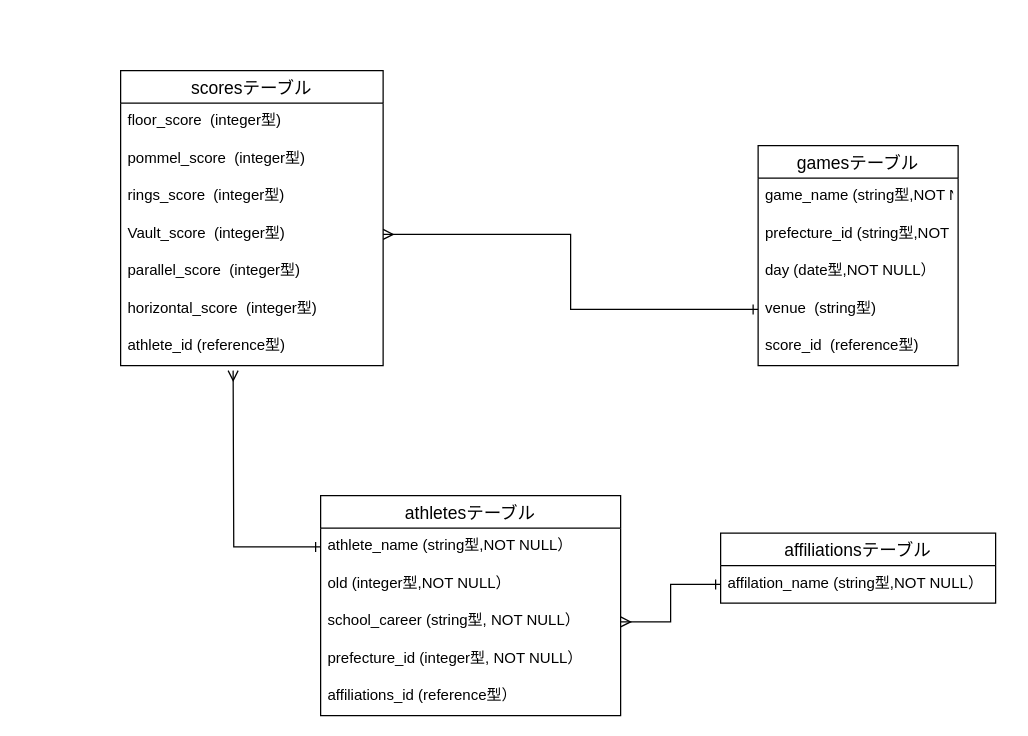
Before: gymnas.dio in kanix2020/gymnas, a draw.io diagram. Source tidied: cells renumbered, new cells numbered last; positions are measured from the earlier drawing's top-left corner, leaving out a move shared by most shapes. Both pictures are drawn from the tidied source at 125%, with x=0, y=0 at pixel (120, 70).
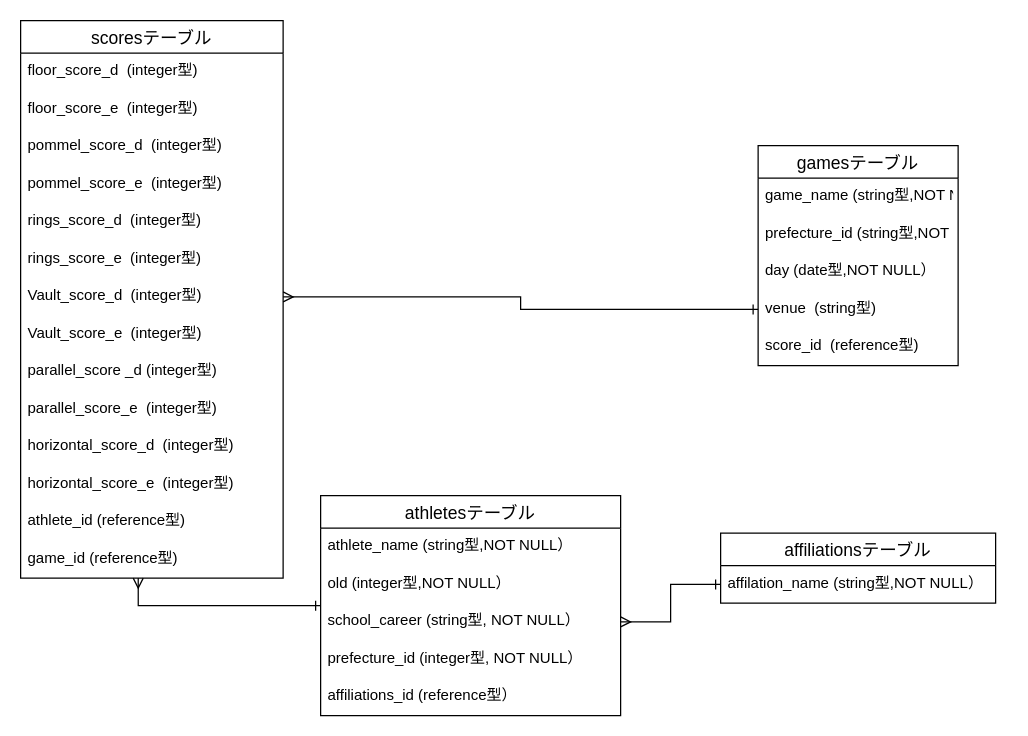
The same diagram, later.

Unchanged cells that the change refers to:
```xml
<mxCell id="10" value="athletesテーブル" style="swimlane;fontStyle=0;horizontal=1;startSize=26;align=center;fontSize=14;" parent="1" vertex="1">
  <mxGeometry x="160" y="340" width="240" height="176" as="geometry" />
</mxCell>
<mxCell id="11" value="athlete_name (string型,NOT NULL）" style="text;strokeColor=none;fillColor=none;spacingLeft=4;spacingRight=4;overflow=hidden;points=[[0,0.5],[1,0.5]];portConstraint=eastwest;fontSize=12;" parent="10" vertex="1">
  <mxGeometry y="26" width="240" height="30" as="geometry" />
</mxCell>
```

The edit, as a diff of the source:
```diff
@@
     <mxCell id="2" value="scoresテーブル" style="swimlane;fontStyle=0;horizontal=1;startSize=26;align=center;fontSize=14;" parent="1" vertex="1">
-      <mxGeometry width="210" height="236" as="geometry" />
+      <mxGeometry x="-80" y="-40" width="210" height="446" as="geometry" />
     </mxCell>
-    <mxCell id="3" value="floor_score  (integer型)" style="text;strokeColor=none;fillColor=none;spacingLeft=4;spacingRight=4;overflow=hidden;fontSize=12;" parent="2" vertex="1">
+    <mxCell id="3" value="floor_score_d  (integer型)" style="text;strokeColor=none;fillColor=none;spacingLeft=4;spacingRight=4;overflow=hidden;fontSize=12;" parent="2" vertex="1">
       <mxGeometry y="26" width="210" height="30" as="geometry" />
     </mxCell>
+    <mxCell id="27" value="floor_score_e  (integer型)" style="text;strokeColor=none;fillColor=none;spacingLeft=4;spacingRight=4;overflow=hidden;fontSize=12;" parent="2" vertex="1">
+      <mxGeometry y="56" width="210" height="30" as="geometry" />
+    </mxCell>
-    <mxCell id="4" value="pommel_score  (integer型)" style="text;strokeColor=none;fillColor=none;spacingLeft=4;spacingRight=4;overflow=hidden;fontSize=12;" parent="2" vertex="1">
-      <mxGeometry y="56" width="210" height="30" as="geometry" />
+    <mxCell id="4" value="pommel_score_d  (integer型)" style="text;strokeColor=none;fillColor=none;spacingLeft=4;spacingRight=4;overflow=hidden;fontSize=12;" parent="2" vertex="1">
+      <mxGeometry y="86" width="210" height="30" as="geometry" />
     </mxCell>
+    <mxCell id="28" value="pommel_score_e  (integer型)" style="text;strokeColor=none;fillColor=none;spacingLeft=4;spacingRight=4;overflow=hidden;fontSize=12;" parent="2" vertex="1">
+      <mxGeometry y="116" width="210" height="30" as="geometry" />
+    </mxCell>
-    <mxCell id="5" value="rings_score  (integer型)" style="text;strokeColor=none;fillColor=none;spacingLeft=4;spacingRight=4;overflow=hidden;fontSize=12;" parent="2" vertex="1">
-      <mxGeometry y="86" width="210" height="30" as="geometry" />
+    <mxCell id="5" value="rings_score_d  (integer型)" style="text;strokeColor=none;fillColor=none;spacingLeft=4;spacingRight=4;overflow=hidden;fontSize=12;" parent="2" vertex="1">
+      <mxGeometry y="146" width="210" height="30" as="geometry" />
     </mxCell>
+    <mxCell id="29" value="rings_score_e  (integer型)" style="text;strokeColor=none;fillColor=none;spacingLeft=4;spacingRight=4;overflow=hidden;fontSize=12;" parent="2" vertex="1">
+      <mxGeometry y="176" width="210" height="30" as="geometry" />
+    </mxCell>
-    <mxCell id="6" value="Vault_score  (integer型)" style="text;strokeColor=none;fillColor=none;spacingLeft=4;spacingRight=4;overflow=hidden;points=[[0,0.5],[1,0.5]];portConstraint=eastwest;fontSize=12;" parent="2" vertex="1">
-      <mxGeometry y="116" width="210" height="30" as="geometry" />
+    <mxCell id="6" value="Vault_score_d  (integer型)" style="text;strokeColor=none;fillColor=none;spacingLeft=4;spacingRight=4;overflow=hidden;points=[[0,0.5],[1,0.5]];portConstraint=eastwest;fontSize=12;" parent="2" vertex="1">
+      <mxGeometry y="206" width="210" height="30" as="geometry" />
     </mxCell>
+    <mxCell id="30" value="Vault_score_e  (integer型)" style="text;strokeColor=none;fillColor=none;spacingLeft=4;spacingRight=4;overflow=hidden;fontSize=12;" parent="2" vertex="1">
+      <mxGeometry y="236" width="210" height="30" as="geometry" />
+    </mxCell>
-    <mxCell id="7" value="parallel_score  (integer型)" style="text;strokeColor=none;fillColor=none;spacingLeft=4;spacingRight=4;overflow=hidden;fontSize=12;" parent="2" vertex="1">
-      <mxGeometry y="146" width="210" height="30" as="geometry" />
+    <mxCell id="7" value="parallel_score _d (integer型)" style="text;strokeColor=none;fillColor=none;spacingLeft=4;spacingRight=4;overflow=hidden;fontSize=12;" parent="2" vertex="1">
+      <mxGeometry y="266" width="210" height="30" as="geometry" />
     </mxCell>
+    <mxCell id="31" value="parallel_score_e  (integer型)" style="text;strokeColor=none;fillColor=none;spacingLeft=4;spacingRight=4;overflow=hidden;fontSize=12;" parent="2" vertex="1">
+      <mxGeometry y="296" width="210" height="30" as="geometry" />
+    </mxCell>
+    <mxCell id="32" value="horizontal_score_d  (integer型)" style="text;strokeColor=none;fillColor=none;spacingLeft=4;spacingRight=4;overflow=hidden;fontSize=12;" parent="2" vertex="1">
+      <mxGeometry y="326" width="210" height="30" as="geometry" />
+    </mxCell>
-    <mxCell id="8" value="horizontal_score  (integer型)" style="text;strokeColor=none;fillColor=none;spacingLeft=4;spacingRight=4;overflow=hidden;fontSize=12;" parent="2" vertex="1">
-      <mxGeometry y="176" width="210" height="30" as="geometry" />
+    <mxCell id="8" value="horizontal_score_e  (integer型)" style="text;strokeColor=none;fillColor=none;spacingLeft=4;spacingRight=4;overflow=hidden;fontSize=12;" parent="2" vertex="1">
+      <mxGeometry y="356" width="210" height="30" as="geometry" />
     </mxCell>
     <mxCell id="9" value="athlete_id (reference型)" style="text;strokeColor=none;fillColor=none;spacingLeft=4;spacingRight=4;overflow=hidden;fontSize=12;" parent="2" vertex="1">
-      <mxGeometry y="206" width="210" height="30" as="geometry" />
+      <mxGeometry y="386" width="210" height="30" as="geometry" />
     </mxCell>
+    <mxCell id="33" value="game_id (reference型)" style="text;strokeColor=none;fillColor=none;spacingLeft=4;spacingRight=4;overflow=hidden;points=[[0,0.5],[1,0.5]];portConstraint=eastwest;fontSize=12;" parent="2" vertex="1">
+      <mxGeometry y="416" width="210" height="30" as="geometry" />
+    </mxCell>
+    <mxCell id="34" style="edgeStyle=orthogonalEdgeStyle;rounded=0;jettySize=auto;html=1;entryX=0.448;entryY=1;entryDx=0;entryDy=0;entryPerimeter=0;startArrow=ERone;startFill=0;endArrow=ERmany;endFill=0;" parent="1" edge="1" source="10" target="33">
+      <mxGeometry relative="1" as="geometry" />
+    </mxCell>
@@
-    <mxCell id="22" style="edgeStyle=orthogonalEdgeStyle;rounded=0;jettySize=auto;html=1;startArrow=ERone;startFill=0;endArrow=ERmany;endFill=0;" parent="1" edge="1" source="11">
-      <mxGeometry relative="1" as="geometry">
-        <mxPoint x="90" y="240" as="targetPoint" />
-      </mxGeometry>
-    </mxCell>
```
